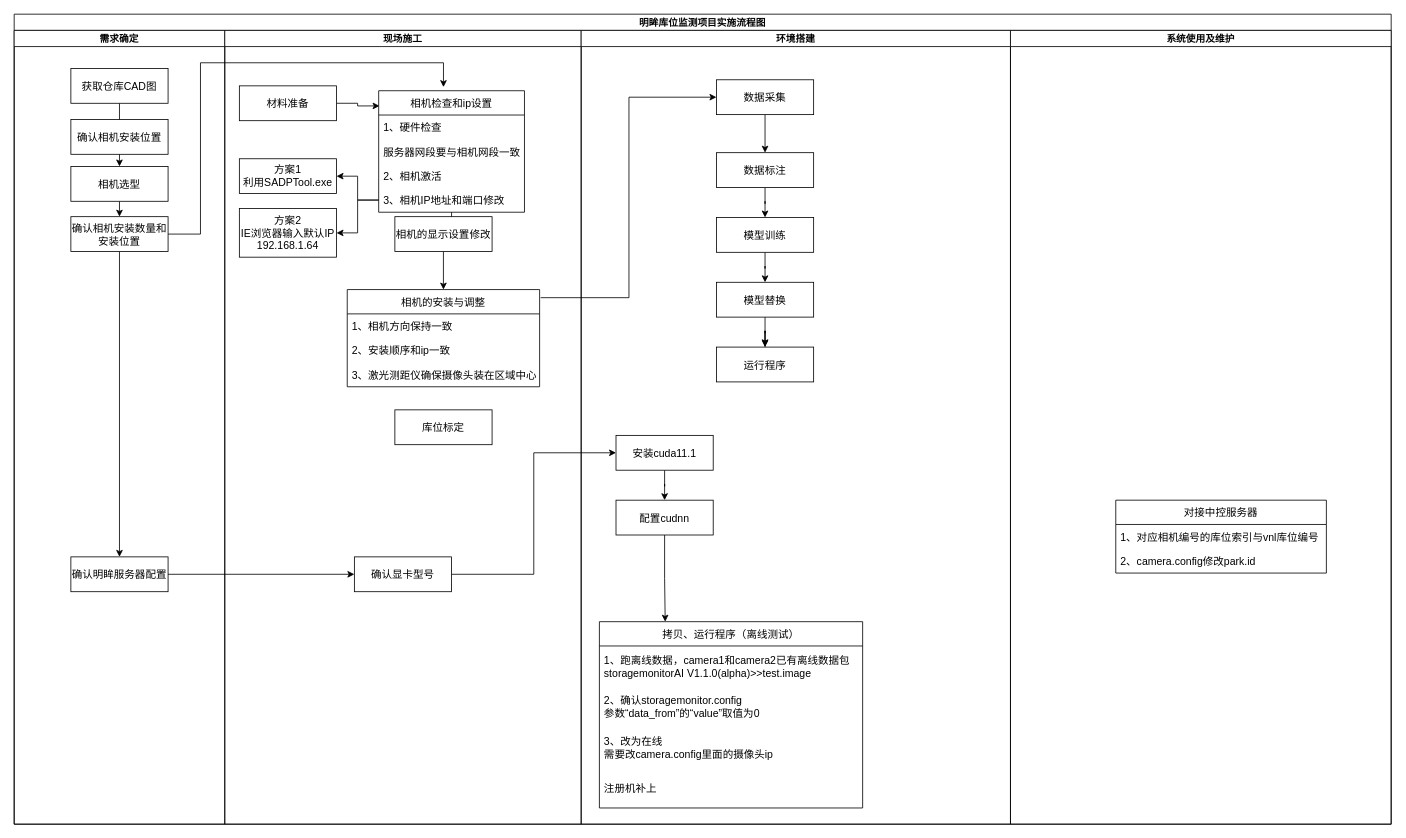
This is page "Page-1" (1 of 2) of Untitled Diagram.drawio from Lisaacy/lisaacy, a draw.io file, before an edit. Source tidied: cells renumbered, new cells numbered last; positions are measured from the earlier drawing's top-left corner, leaving out a move shared by most shapes. Both pictures are drawn from the tidied source at 81%, with x=0, y=0 at pixel (14, 14).
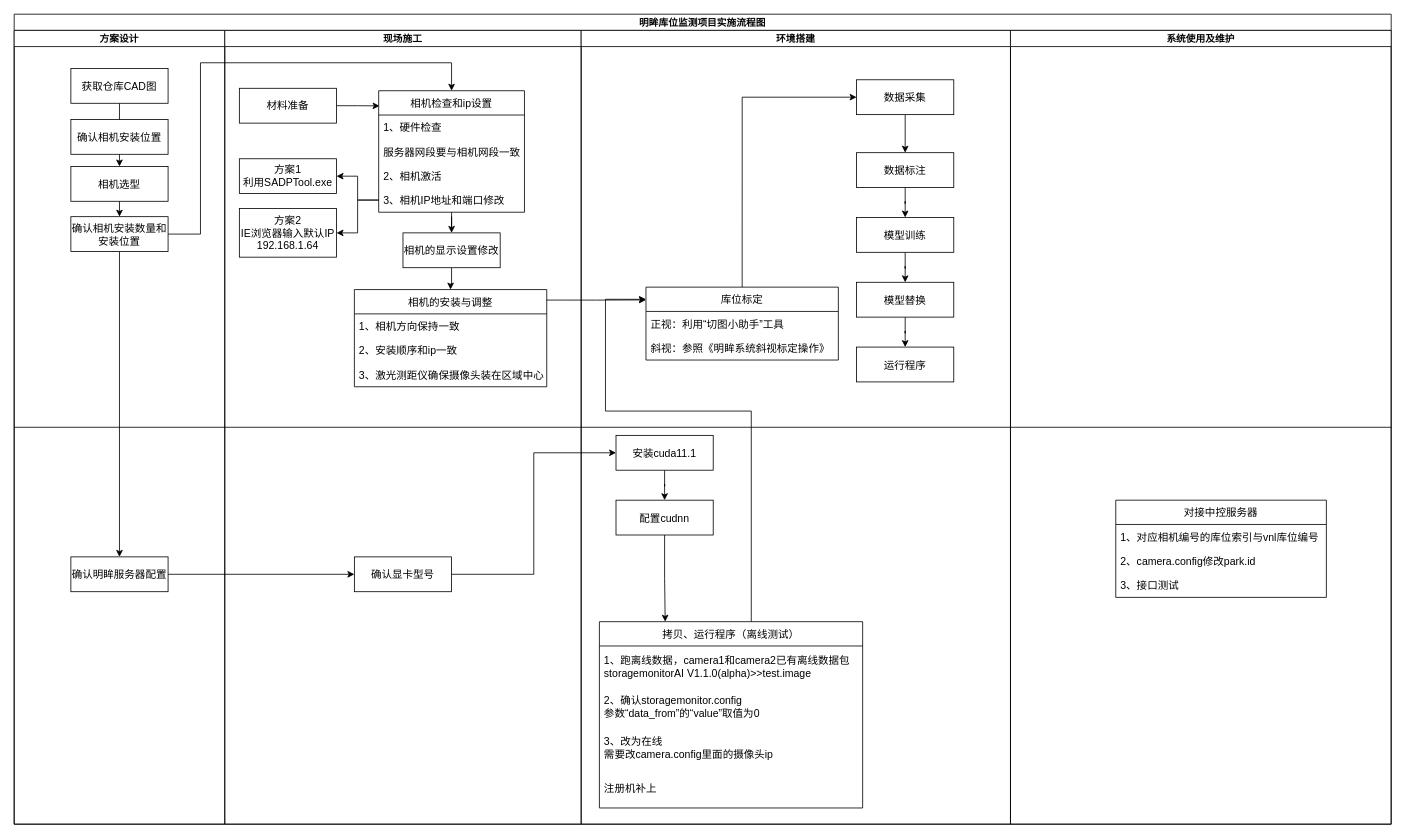
After the change.

Unchanged cells that the change refers to:
```xml
<mxCell id="2" value="明眸库位监测项目实施流程图" style="swimlane;startSize=20;" parent="1" vertex="1">
  <mxGeometry width="1700" height="1000" as="geometry" />
</mxCell>
<mxCell id="7" value="确认相机安装数量和安装位置" style="rounded=0;whiteSpace=wrap;html=1;fontSize=13;" parent="3" vertex="1">
  <mxGeometry x="70" y="230" width="120" height="43" as="geometry" />
</mxCell>
<mxCell id="12" value="现场施工" style="swimlane;startSize=20;" parent="2" vertex="1">
  <mxGeometry x="260" y="20" width="440" height="980" as="geometry" />
</mxCell>
<mxCell id="16" value="相机检查和ip设置" style="swimlane;fontStyle=0;horizontal=1;startSize=30;fontSize=13;" parent="12" vertex="1">
  <mxGeometry x="190" y="74.5" width="180" height="150" as="geometry" />
</mxCell>
<mxCell id="35" value="环境搭建" style="swimlane;startSize=20;" parent="2" vertex="1">
  <mxGeometry x="700" y="20" width="530" height="980" as="geometry" />
</mxCell>
<mxCell id="40" value="拷贝、运行程序（离线测试）" style="swimlane;fontStyle=0;horizontal=1;startSize=30;fontSize=13;" parent="35" vertex="1">
  <mxGeometry x="22.5" y="730" width="325" height="230" as="geometry" />
</mxCell>
<mxCell id="54" value="系统使用及维护" style="swimlane;startSize=20;" parent="2" vertex="1">
  <mxGeometry x="1230" y="20" width="470" height="980" as="geometry" />
</mxCell>
```

The edit, as a diff of the source:
```diff
@@
-    <mxCell id="3" value="需求确定" style="swimlane;startSize=20;" parent="2" vertex="1">
+    <mxCell id="3" value="方案设计" style="swimlane;startSize=20;" parent="2" vertex="1">
       <mxGeometry y="20" width="260" height="980" as="geometry" />
     </mxCell>
@@
     <mxCell id="14" value="材料准备" style="rounded=0;whiteSpace=wrap;html=1;fontSize=13;" parent="12" vertex="1">
-      <mxGeometry x="18" y="68.5" width="120" height="43" as="geometry" />
+      <mxGeometry x="18" y="71.5" width="120" height="43" as="geometry" />
     </mxCell>
@@
     <mxCell id="22" value="相机的显示设置修改" style="rounded=0;whiteSpace=wrap;html=1;fontSize=13;" parent="12" vertex="1">
-      <mxGeometry x="210" y="230" width="120" height="43" as="geometry" />
+      <mxGeometry x="220" y="250" width="120" height="43" as="geometry" />
     </mxCell>
@@
     <mxCell id="25" value="相机的安装与调整" style="swimlane;fontStyle=0;horizontal=1;startSize=30;fontSize=13;" parent="12" vertex="1">
-      <mxGeometry x="151.2" y="320" width="237.5" height="120" as="geometry" />
+      <mxGeometry x="160" y="320" width="237.5" height="120" as="geometry" />
     </mxCell>
@@
-    <mxCell id="32" value="库位标定" style="rounded=0;whiteSpace=wrap;html=1;fontSize=13;" parent="12" vertex="1">
-      <mxGeometry x="210" y="468.5" width="120" height="43" as="geometry" />
-    </mxCell>
@@
+    <mxCell id="61" style="edgeStyle=orthogonalEdgeStyle;rounded=0;jettySize=auto;html=1;fontSize=13;entryX=0;entryY=0.167;entryDx=0;entryDy=0;entryPerimeter=0;" parent="35" edge="1" source="40" target="32">
+      <mxGeometry relative="1" as="geometry">
+        <Array as="points">
+          <mxPoint x="210" y="470" />
+          <mxPoint x="30" y="470" />
+          <mxPoint x="30" y="332" />
+        </Array>
+      </mxGeometry>
+    </mxCell>
@@
     <mxCell id="46" value="数据采集" style="rounded=0;whiteSpace=wrap;html=1;fontSize=13;" parent="35" vertex="1">
-      <mxGeometry x="167" y="61" width="120" height="43" as="geometry" />
+      <mxGeometry x="340" y="61" width="120" height="43" as="geometry" />
     </mxCell>
@@
     <mxCell id="48" value="数据标注" style="rounded=0;whiteSpace=wrap;html=1;fontSize=13;" parent="35" vertex="1">
-      <mxGeometry x="167" y="151" width="120" height="43" as="geometry" />
+      <mxGeometry x="340" y="151" width="120" height="43" as="geometry" />
     </mxCell>
@@
     <mxCell id="50" value="模型训练" style="rounded=0;whiteSpace=wrap;html=1;fontSize=13;" parent="35" vertex="1">
-      <mxGeometry x="167" y="231" width="120" height="43" as="geometry" />
+      <mxGeometry x="340" y="231" width="120" height="43" as="geometry" />
     </mxCell>
@@
     <mxCell id="52" value="模型替换" style="rounded=0;whiteSpace=wrap;html=1;fontSize=13;" parent="35" vertex="1">
-      <mxGeometry x="167" y="311" width="120" height="43" as="geometry" />
+      <mxGeometry x="340" y="311" width="120" height="43" as="geometry" />
     </mxCell>
     <mxCell id="53" value="运行程序" style="rounded=0;whiteSpace=wrap;html=1;fontSize=13;" parent="35" vertex="1">
-      <mxGeometry x="167" y="391" width="120" height="43" as="geometry" />
+      <mxGeometry x="340" y="391" width="120" height="43" as="geometry" />
     </mxCell>
+    <mxCell id="62" style="edgeStyle=orthogonalEdgeStyle;rounded=0;jettySize=auto;html=1;exitX=0.5;exitY=0;exitDx=0;exitDy=0;entryX=0;entryY=0.5;entryDx=0;entryDy=0;fontSize=13;" parent="35" edge="1" source="32" target="46">
+      <mxGeometry relative="1" as="geometry" />
+    </mxCell>
+    <mxCell id="32" value="库位标定" style="swimlane;fontStyle=0;horizontal=1;startSize=30;fontSize=13;" parent="35" vertex="1">
+      <mxGeometry x="80" y="317" width="237.5" height="90" as="geometry" />
+    </mxCell>
+    <mxCell id="63" value="正视：利用“切图小助手”工具" style="text;strokeColor=none;fillColor=none;align=left;verticalAlign=middle;spacingLeft=4;spacingRight=4;overflow=hidden;fontSize=13;" parent="32" vertex="1">
+      <mxGeometry y="30" width="237.5" height="30" as="geometry" />
+    </mxCell>
+    <mxCell id="64" value="斜视：参照《明眸系统斜视标定操作》" style="text;strokeColor=none;fillColor=none;align=left;verticalAlign=middle;spacingLeft=4;spacingRight=4;overflow=hidden;fontSize=13;" parent="32" vertex="1">
+      <mxGeometry y="60" width="237.5" height="30" as="geometry" />
+    </mxCell>
@@
     <mxCell id="55" value="对接中控服务器" style="swimlane;fontStyle=0;horizontal=1;startSize=30;fontSize=13;" parent="54" vertex="1">
-      <mxGeometry x="130" y="580" width="260" height="90" as="geometry" />
+      <mxGeometry x="130" y="580" width="260" height="120" as="geometry" />
     </mxCell>
@@
-    <mxCell id="58" style="edgeStyle=orthogonalEdgeStyle;rounded=0;jettySize=auto;html=1;entryX=0;entryY=0.5;entryDx=0;entryDy=0;fontSize=13;" parent="2" edge="1" target="46">
-      <mxGeometry relative="1" as="geometry">
-        <mxPoint x="650" y="350" as="sourcePoint" />
-        <Array as="points">
-          <mxPoint x="759" y="350" />
-          <mxPoint x="759" y="103" />
-        </Array>
-      </mxGeometry>
-    </mxCell>
-    <mxCell id="59" style="edgeStyle=orthogonalEdgeStyle;rounded=0;jettySize=auto;html=1;fontSize=13;" parent="1" edge="1" source="53">
-      <mxGeometry relative="1" as="geometry">
-        <mxPoint x="927" y="410" as="targetPoint" />
-      </mxGeometry>
-    </mxCell>
+    <mxCell id="65" value="3、接口测试" style="text;strokeColor=none;fillColor=none;align=left;verticalAlign=middle;spacingLeft=4;spacingRight=4;overflow=hidden;fontSize=13;" parent="55" vertex="1">
+      <mxGeometry y="90" width="260" height="30" as="geometry" />
+    </mxCell>
-    <mxCell id="60" style="edgeStyle=orthogonalEdgeStyle;rounded=0;jettySize=auto;html=1;fontSize=13;" parent="1" edge="1" source="7">
+    <mxCell id="60" style="edgeStyle=orthogonalEdgeStyle;rounded=0;jettySize=auto;html=1;fontSize=13;entryX=0.5;entryY=0;entryDx=0;entryDy=0;" parent="2" edge="1" source="7" target="16">
       <mxGeometry relative="1" as="geometry">
-        <mxPoint x="530" y="90" as="targetPoint" />
         <Array as="points">
           <mxPoint x="230" y="272" />
           <mxPoint x="230" y="60" />
-          <mxPoint x="530" y="60" />
+          <mxPoint x="540" y="60" />
         </Array>
       </mxGeometry>
     </mxCell>
+    <mxCell id="66" style="edgeStyle=orthogonalEdgeStyle;rounded=0;jettySize=auto;html=1;entryX=0;entryY=0.175;entryDx=0;entryDy=0;fontSize=13;entryPerimeter=0;exitX=0.998;exitY=0.108;exitDx=0;exitDy=0;exitPerimeter=0;" parent="2" edge="1" source="25" target="32">
+      <mxGeometry relative="1" as="geometry" />
+    </mxCell>
+    <mxCell id="67" style="endArrow=none;html=1;rounded=0;fontSize=13;exitX=0;exitY=0.5;exitDx=0;exitDy=0;entryX=1;entryY=0.5;entryDx=0;entryDy=0;" parent="2" edge="1" source="3" target="54">
+      <mxGeometry relative="1" as="geometry" />
+    </mxCell>
```
